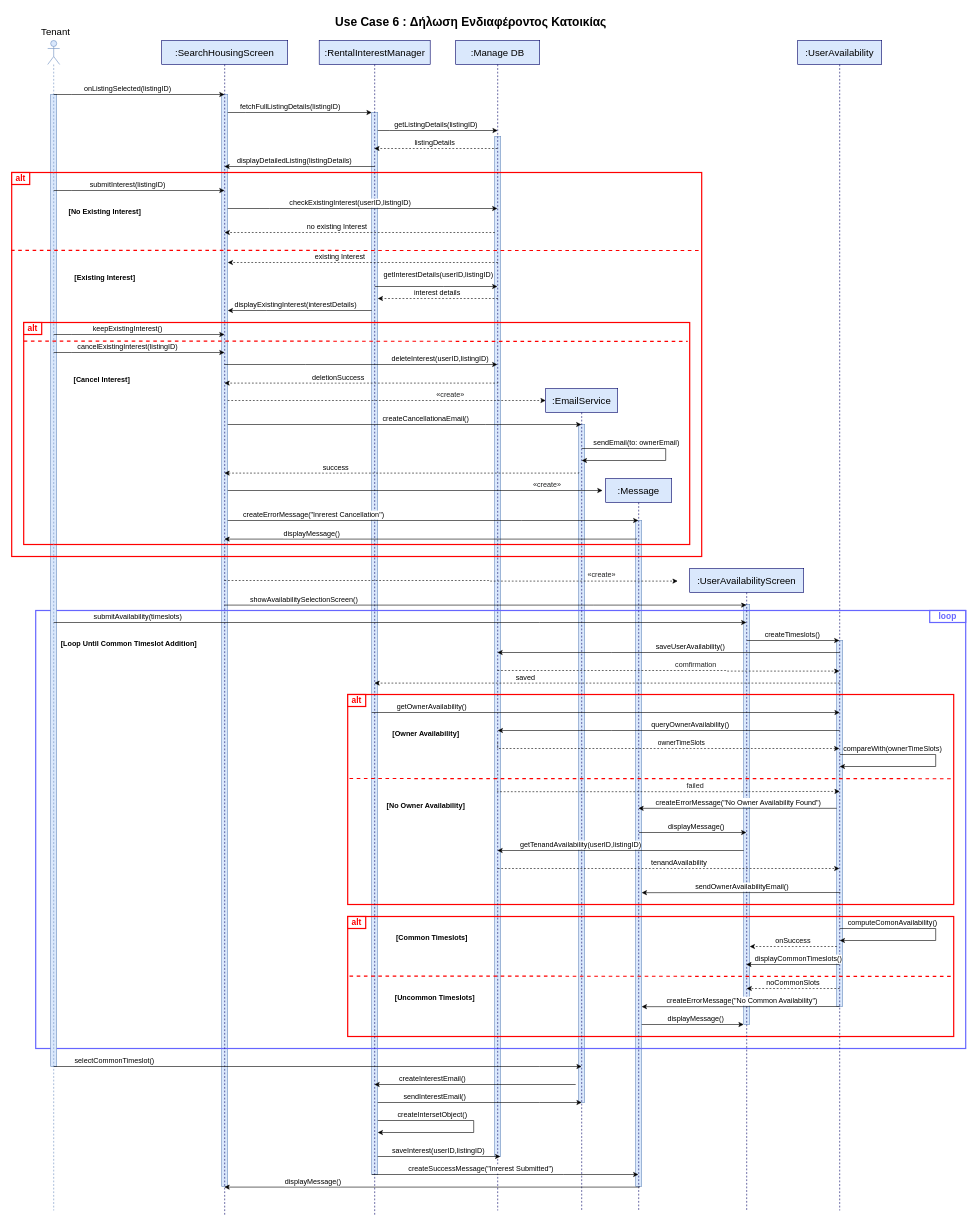
This is page "use-case-6" (6 of 15) of Παραδοτεο 3/sequences_new2.drawio from evelinastavropoulou/HomeLink, a draw.io file, before an edit. Source tidied: cells renumbered, new cells numbered last; positions are measured from the earlier drawing's top-left corner, leaving out a move shared by most shapes. Both pictures are drawn from the tidied source at 60%, with x=0, y=0 at pixel (11, 10).
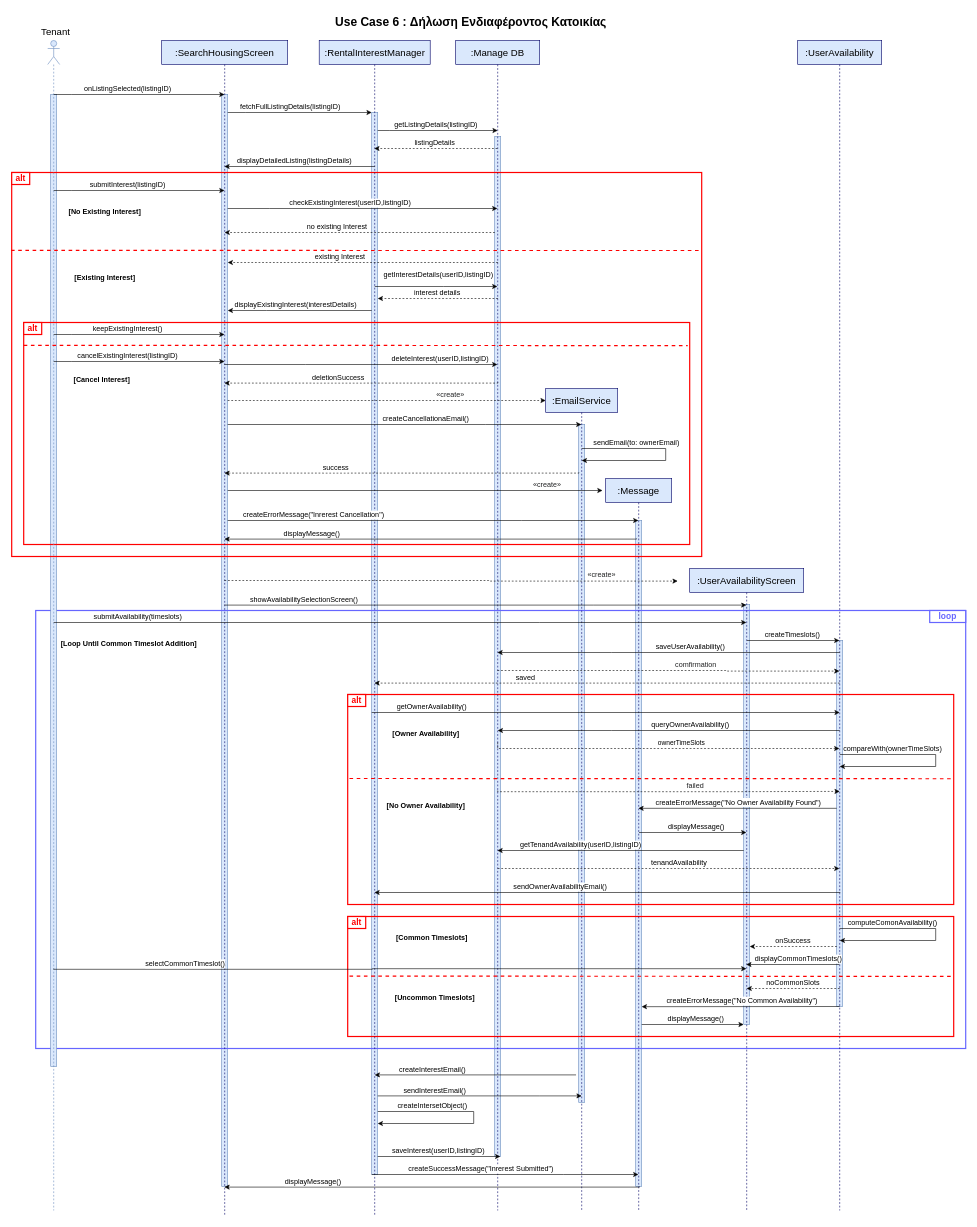
The same page after the edit.

Unchanged cells that the change refers to:
```xml
<mxCell id="13" style="rounded=0;whiteSpace=wrap;html=1;fillColor=none;strokeColor=#FF0000;strokeWidth=2;fontSize=14;" parent="1" vertex="1">
  <mxGeometry x="20" y="520" width="1110" height="370" as="geometry" />
</mxCell>
<mxCell id="20" value=":RentalInterestManager" style="shape=umlLifeline;perimeter=lifelinePerimeter;whiteSpace=wrap;html=1;outlineConnect=0;portConstraint=eastwest;newEdgeStyle={&quot;curved&quot;:0,&quot;rounded&quot;:0};fillColor=#dae8fc;strokeColor=#000066;fontSize=16;" parent="1" vertex="1">
  <mxGeometry x="512.5" y="50" width="185" height="1960" as="geometry" />
</mxCell>
```

Diff of the diagram source:
```diff
@@
     <mxCell id="49" style="edgeStyle=orthogonalEdgeStyle;rounded=0;orthogonalLoop=1;jettySize=auto;html=1;curved=0;" parent="1" edge="1">
       <mxGeometry relative="1" as="geometry">
-        <mxPoint x="70" y="570" as="sourcePoint" />
-        <mxPoint x="354.7" y="570" as="targetPoint" />
+        <mxPoint x="70" y="585" as="sourcePoint" />
+        <mxPoint x="354.7" y="585" as="targetPoint" />
         <Array as="points">
-          <mxPoint x="100.2" y="570" />
-          <mxPoint x="100.2" y="570" />
+          <mxPoint x="100.2" y="585" />
+          <mxPoint x="100.2" y="585" />
         </Array>
       </mxGeometry>
     </mxCell>
@@
-    <mxCell id="70" style="endArrow=none;dashed=1;html=1;strokeWidth=2;rounded=0;fillColor=#f8cecc;strokeColor=#FF0000;fontSize=14;entryX=0.997;entryY=0.085;entryDx=0;entryDy=0;entryPerimeter=0;" parent="1" edge="1" target="13">
+    <mxCell id="70" style="endArrow=none;dashed=1;html=1;strokeWidth=2;rounded=0;fillColor=#f8cecc;strokeColor=#FF0000;fontSize=14;entryX=0.997;entryY=0.085;entryDx=0;entryDy=0;entryPerimeter=0;" parent="1" edge="1">
       <mxGeometry relative="1" as="geometry">
-        <mxPoint x="20" y="551" as="sourcePoint" />
+        <mxPoint x="20" y="558" as="sourcePoint" />
+        <mxPoint x="1126.7" y="558.5" as="targetPoint" />
       </mxGeometry>
     </mxCell>
@@
-    <mxCell id="103" style="endArrow=classic;html=1;rounded=0;" parent="1" edge="1">
+    <mxCell id="103" style="endArrow=classic;html=1;rounded=0;" parent="1" edge="1" target="20">
       <mxGeometry relative="1" as="geometry">
         <mxPoint x="1381" y="1470" as="sourcePoint" />
-        <mxPoint x="1050" y="1470.3" as="targetPoint" />
       </mxGeometry>
     </mxCell>
@@
     <mxCell id="122" style="edgeStyle=orthogonalEdgeStyle;rounded=0;orthogonalLoop=1;jettySize=auto;html=1;curved=0;" parent="1" edge="1">
       <mxGeometry relative="1" as="geometry">
-        <mxPoint x="70" y="1760" as="sourcePoint" />
-        <mxPoint x="950" y="1760" as="targetPoint" />
+        <mxPoint x="70" y="1597" as="sourcePoint" />
+        <mxPoint x="1224.5" y="1597" as="targetPoint" />
         <Array as="points">
-          <mxPoint x="880" y="1760" />
-          <mxPoint x="880" y="1760" />
+          <mxPoint x="601" y="1598" />
         </Array>
       </mxGeometry>
     </mxCell>
@@
-    <mxCell id="126" style="endArrow=classic;html=1;rounded=0;" parent="1" edge="1" target="20">
+    <mxCell id="126" style="endArrow=classic;html=1;rounded=0;" parent="1" edge="1">
       <mxGeometry relative="1" as="geometry">
-        <mxPoint x="940" y="1790" as="sourcePoint" />
+        <mxPoint x="940.6" y="1774" as="sourcePoint" />
+        <mxPoint x="605" y="1774" as="targetPoint" />
       </mxGeometry>
     </mxCell>
@@
     <mxCell id="128" style="edgeStyle=orthogonalEdgeStyle;rounded=0;orthogonalLoop=1;jettySize=auto;html=1;curved=0;" parent="1" edge="1">
       <mxGeometry relative="1" as="geometry">
-        <mxPoint x="610" y="1820" as="sourcePoint" />
-        <mxPoint x="950" y="1820" as="targetPoint" />
+        <mxPoint x="610" y="1809" as="sourcePoint" />
+        <mxPoint x="950" y="1809" as="targetPoint" />
         <Array as="points">
-          <mxPoint x="880" y="1820" />
-          <mxPoint x="880" y="1820" />
+          <mxPoint x="880" y="1809" />
+          <mxPoint x="880" y="1809" />
         </Array>
       </mxGeometry>
     </mxCell>
@@
     <mxCell id="130" style="edgeStyle=orthogonalEdgeStyle;rounded=0;orthogonalLoop=1;jettySize=auto;html=1;curved=0;fontSize=14;" parent="1" edge="1">
       <mxGeometry relative="1" as="geometry">
-        <mxPoint x="610.1" y="1850" as="sourcePoint" />
-        <mxPoint x="610" y="1870" as="targetPoint" />
+        <mxPoint x="610.1" y="1835" as="sourcePoint" />
+        <mxPoint x="610" y="1855" as="targetPoint" />
         <Array as="points">
-          <mxPoint x="770" y="1850" />
-          <mxPoint x="770" y="1870" />
+          <mxPoint x="770" y="1835" />
+          <mxPoint x="770" y="1855" />
         </Array>
       </mxGeometry>
     </mxCell>
```
